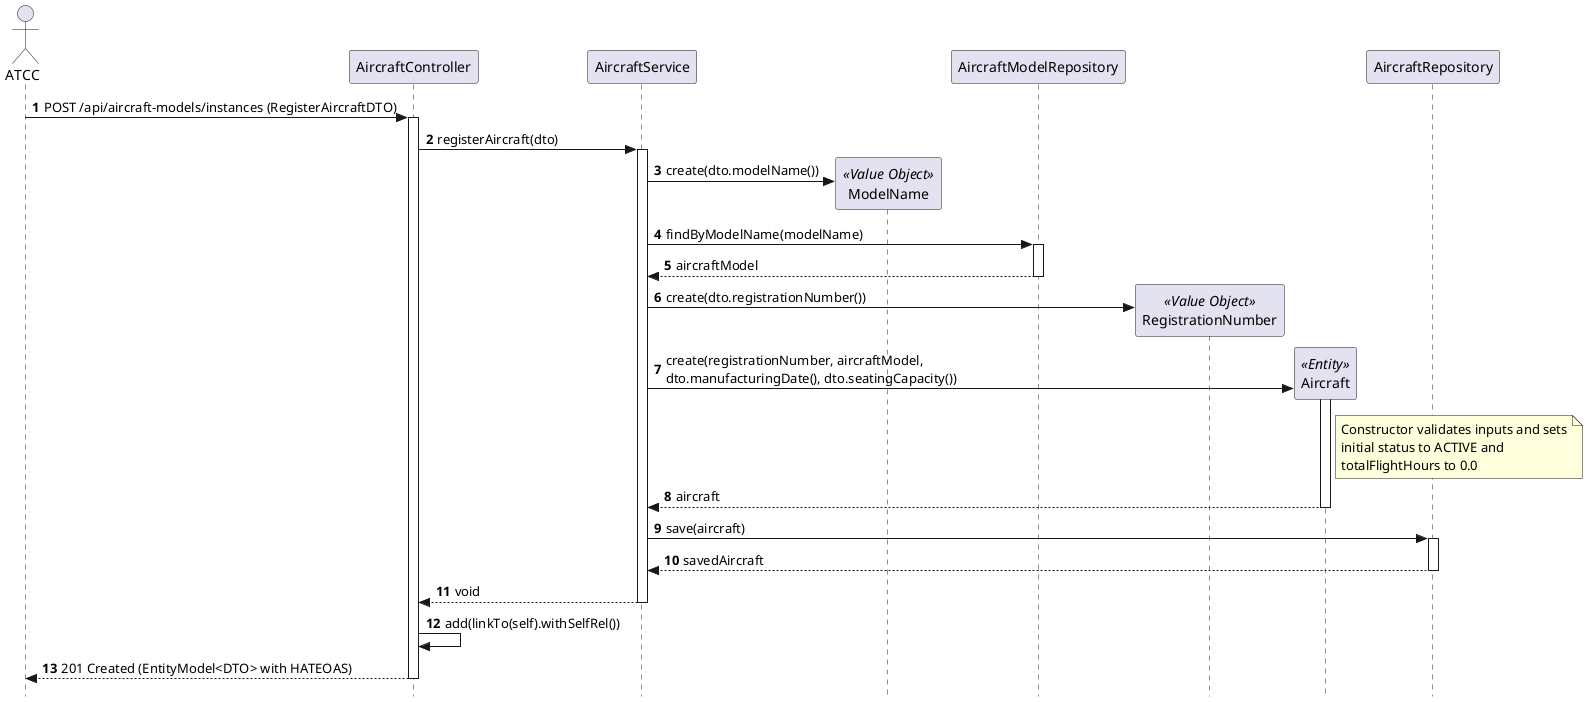
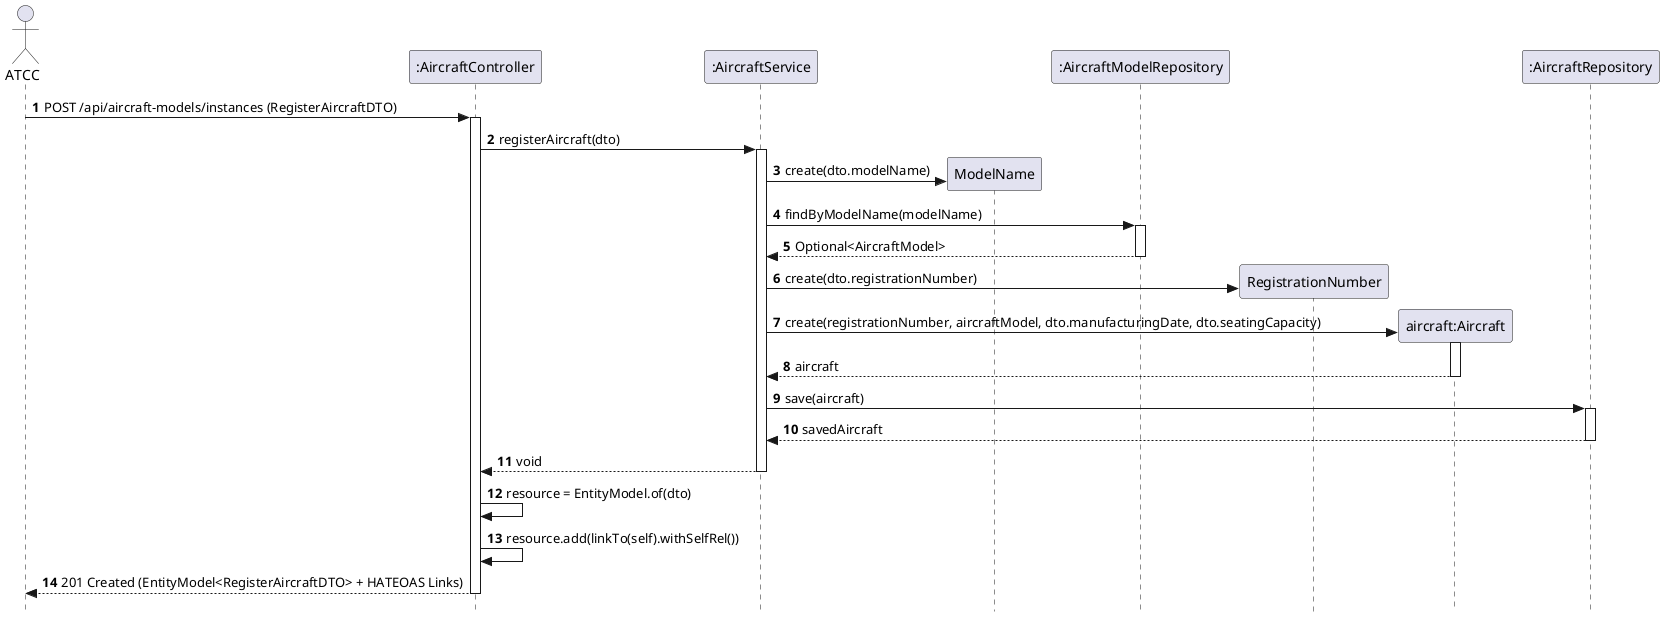
@startuml
skinparam style strictuml
autonumber

actor "ATCC" as ATCC
- participant "AircraftController" as CTRL
- participant "AircraftService" as SVC
- participant "ModelName" as MN <<Value Object>>
- participant "AircraftModelRepository" as MREPO
- participant "RegistrationNumber" as RN <<Value Object>>
- participant "Aircraft" as ENT <<Entity>>
- participant "AircraftRepository" as AREPO
+ participant ":AircraftController" as Controller
+ participant ":AircraftService" as Service
+ participant "ModelName" as MN
+ participant ":AircraftModelRepository" as ModelRepo
+ participant "RegistrationNumber" as RN
+ participant "aircraft:Aircraft" as Aircraft
+ participant ":AircraftRepository" as Repo

- ATCC -> CTRL : POST /api/aircraft-models/instances (RegisterAircraftDTO)
- activate CTRL
+ ATCC -> Controller : POST /api/aircraft-models/instances (RegisterAircraftDTO)
+ activate Controller

- CTRL -> SVC : registerAircraft(dto)
- activate SVC
+ Controller -> Service : registerAircraft(dto)
+ activate Service

' 1. Procurar o modelo base
- SVC -> MN ** : create(dto.modelName())
- SVC -> MREPO : findByModelName(modelName)
- activate MREPO
- MREPO --> SVC : aircraftModel
- deactivate MREPO
+ Service -> MN ** : create(dto.modelName)
+ Service -> ModelRepo : findByModelName(modelName)
+ activate ModelRepo
+ ModelRepo --> Service : Optional<AircraftModel>
+ deactivate ModelRepo

' 2. Criar a nova instância
- SVC -> RN ** : create(dto.registrationNumber())
- SVC -> ENT ** : create(registrationNumber, aircraftModel, \ndto.manufacturingDate(), dto.seatingCapacity())
- activate ENT
- note right of ENT
-   Constructor validates inputs and sets
-   initial status to ACTIVE and
-   totalFlightHours to 0.0
- end note
- ENT --> SVC : aircraft
- deactivate ENT
+ Service -> RN ** : create(dto.registrationNumber)
+ Service -> Aircraft ** : create(registrationNumber, aircraftModel, dto.manufacturingDate, dto.seatingCapacity)
+ activate Aircraft
+ 
+ Aircraft --> Service : aircraft
+ deactivate Aircraft

' 3. Persistir e devolver
- SVC -> AREPO : save(aircraft)
- activate AREPO
- AREPO --> SVC : savedAircraft
- deactivate AREPO
+ Service -> Repo : save(aircraft)
+ activate Repo
+ Repo --> Service : savedAircraft
+ deactivate Repo

- SVC --> CTRL : void
- deactivate SVC
+ Service --> Controller : void
+ deactivate Service

- CTRL -> CTRL : add(linkTo(self).withSelfRel())
+ Controller -> Controller : resource = EntityModel.of(dto)
+ Controller -> Controller : resource.add(linkTo(self).withSelfRel())

- CTRL --> ATCC : 201 Created (EntityModel<DTO> with HATEOAS)
- deactivate CTRL
+ Controller --> ATCC : 201 Created (EntityModel<RegisterAircraftDTO> + HATEOAS Links)
+ deactivate Controller

@enduml